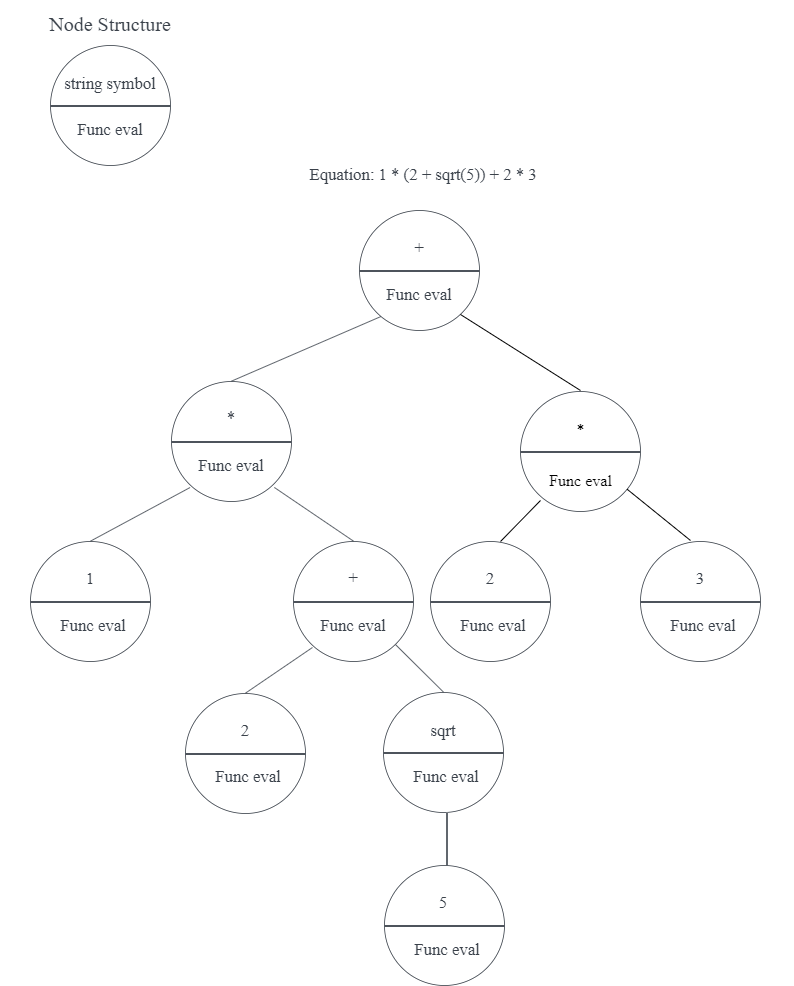
This is image/ExpressionTree.png from CurlyTeddy/Calculator, a draw.io export, as it was before one commit. Source tidied: cells renumbered, new cells last; positions are measured from the earlier drawing's top-left corner, leaving out a move shared by most shapes.
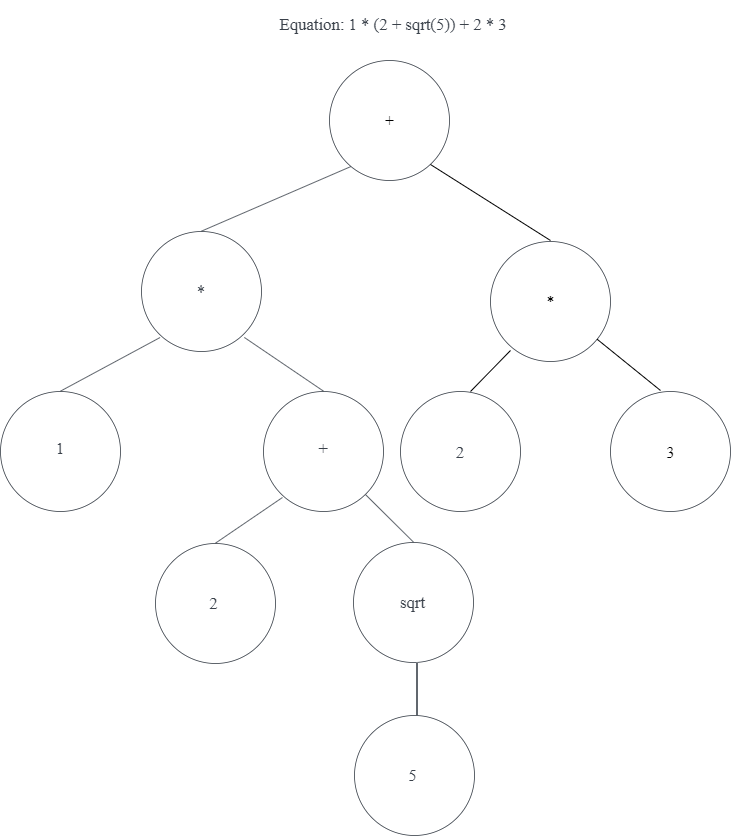
Later version of the same file.

The edit, as a diff of the source:
```diff
@@ -10,5 +10,2 @@
     </mxCell>
-    <mxCell id="4" style="html=1;overflow=block;blockSpacing=1;whiteSpace=wrap;fontSize=13;spacing=0;strokeColor=#3a414a;strokeOpacity=100;rounded=1;absoluteArcSize=1;arcSize=9;strokeWidth=0.8;fontFamily=Times New Roman;" parent="3" vertex="1">
-      <mxGeometry y="60" width="120" height="1" as="geometry" />
-    </mxCell>
     <mxCell id="5" style="html=1;overflow=block;blockSpacing=1;whiteSpace=wrap;ellipse;fontSize=13;spacing=3.8;strokeColor=#3a414a;strokeOpacity=100;rounded=1;absoluteArcSize=1;arcSize=9;strokeWidth=0.8;fontFamily=Times New Roman;" parent="1" vertex="1">
@@ -16,8 +13,5 @@
     </mxCell>
-    <mxCell id="6" style="html=1;overflow=block;blockSpacing=1;whiteSpace=wrap;fontSize=13;spacing=0;strokeColor=#3a414a;strokeOpacity=100;rounded=1;absoluteArcSize=1;arcSize=9;strokeWidth=0.8;fontFamily=Times New Roman;" parent="5" vertex="1">
-      <mxGeometry y="60" width="120" height="1" as="geometry" />
-    </mxCell>
-    <mxCell id="7" value="Func eval" style="html=1;overflow=block;blockSpacing=1;whiteSpace=wrap;fontSize=16.7;fontFamily=Times New Roman;fontColor=#3a414a;spacing=3.8;strokeOpacity=0;fillOpacity=0;rounded=1;absoluteArcSize=1;arcSize=9;fillColor=#ffffff;strokeWidth=0.8;" parent="1" vertex="1">
-      <mxGeometry x="356" y="753" width="180" height="45" as="geometry" />
-    </mxCell>
+    <mxCell id="9" value="sqrt" style="html=1;overflow=block;blockSpacing=1;whiteSpace=wrap;fontSize=16.7;fontFamily=Times New Roman;fontColor=#3a414a;spacing=3.8;strokeOpacity=0;fillOpacity=0;rounded=1;absoluteArcSize=1;arcSize=9;fillColor=#ffffff;strokeWidth=0.8;" parent="5" vertex="1">
+      <mxGeometry x="26" y="37.5" width="67" height="45" as="geometry" />
+    </mxCell>
     <mxCell id="8" style="html=1;overflow=block;blockSpacing=1;whiteSpace=wrap;fontSize=13;spacing=0;strokeColor=#3a414a;strokeOpacity=100;rounded=1;absoluteArcSize=1;arcSize=9;rotation=-270;strokeWidth=0.8;fontFamily=Times New Roman;" parent="1" vertex="1">
@@ -25,5 +19,2 @@
     </mxCell>
-    <mxCell id="9" value="sqrt" style="html=1;overflow=block;blockSpacing=1;whiteSpace=wrap;fontSize=16.7;fontFamily=Times New Roman;fontColor=#3a414a;spacing=3.8;strokeOpacity=0;fillOpacity=0;rounded=1;absoluteArcSize=1;arcSize=9;fillColor=#ffffff;strokeWidth=0.8;" parent="1" vertex="1">
-      <mxGeometry x="353" y="707" width="180" height="45" as="geometry" />
-    </mxCell>
     <mxCell id="10" style="html=1;overflow=block;blockSpacing=1;whiteSpace=wrap;ellipse;fontSize=13;spacing=3.8;strokeColor=#3a414a;strokeOpacity=100;rounded=1;absoluteArcSize=1;arcSize=9;strokeWidth=0.8;fontFamily=Times New Roman;" parent="1" vertex="1">
@@ -31,10 +22,4 @@
     </mxCell>
-    <mxCell id="11" style="html=1;overflow=block;blockSpacing=1;whiteSpace=wrap;fontSize=13;spacing=0;strokeColor=#3a414a;strokeOpacity=100;rounded=1;absoluteArcSize=1;arcSize=9;strokeWidth=0.8;fontFamily=Times New Roman;" parent="10" vertex="1">
-      <mxGeometry y="60" width="120" height="1" as="geometry" />
-    </mxCell>
-    <mxCell id="12" value="Func eval" style="html=1;overflow=block;blockSpacing=1;whiteSpace=wrap;fontSize=16.7;fontFamily=Times New Roman;fontColor=#3a414a;spacing=3.8;strokeOpacity=0;fillOpacity=0;rounded=1;absoluteArcSize=1;arcSize=9;fillColor=#ffffff;strokeWidth=0.8;" parent="1" vertex="1">
-      <mxGeometry x="357" y="926" width="180" height="45" as="geometry" />
-    </mxCell>
-    <mxCell id="13" value="5" style="html=1;overflow=block;blockSpacing=1;whiteSpace=wrap;fontSize=16.7;fontFamily=Times New Roman;fontColor=#3a414a;spacing=3.8;strokeOpacity=0;fillOpacity=0;rounded=1;absoluteArcSize=1;arcSize=9;fillColor=#ffffff;strokeWidth=0.8;" parent="1" vertex="1">
-      <mxGeometry x="353" y="879" width="180" height="45" as="geometry" />
+    <mxCell id="13" value="5" style="html=1;overflow=block;blockSpacing=1;whiteSpace=wrap;fontSize=16.7;fontFamily=Times New Roman;fontColor=#3a414a;spacing=3.8;strokeOpacity=0;fillOpacity=0;rounded=1;absoluteArcSize=1;arcSize=9;fillColor=#ffffff;strokeWidth=0.8;" parent="10" vertex="1">
+      <mxGeometry x="10" y="37.5" width="97" height="45" as="geometry" />
     </mxCell>
@@ -43,10 +28,4 @@
     </mxCell>
-    <mxCell id="15" style="html=1;overflow=block;blockSpacing=1;whiteSpace=wrap;fontSize=13;spacing=0;strokeColor=#3a414a;strokeOpacity=100;rounded=1;absoluteArcSize=1;arcSize=9;strokeWidth=0.8;fontFamily=Times New Roman;" parent="14" vertex="1">
-      <mxGeometry y="60" width="120" height="1" as="geometry" />
-    </mxCell>
-    <mxCell id="16" value="Func eval" style="html=1;overflow=block;blockSpacing=1;whiteSpace=wrap;fontSize=16.7;fontFamily=Times New Roman;fontColor=#3a414a;spacing=3.8;strokeOpacity=0;fillOpacity=0;rounded=1;absoluteArcSize=1;arcSize=9;fillColor=#ffffff;strokeWidth=0.8;" parent="1" vertex="1">
-      <mxGeometry x="158" y="753" width="180" height="45" as="geometry" />
-    </mxCell>
-    <mxCell id="17" value="2" style="html=1;overflow=block;blockSpacing=1;whiteSpace=wrap;fontSize=16.7;fontFamily=Times New Roman;fontColor=#3a414a;spacing=3.8;strokeOpacity=0;fillOpacity=0;rounded=1;absoluteArcSize=1;arcSize=9;fillColor=#ffffff;strokeWidth=0.8;" parent="1" vertex="1">
-      <mxGeometry x="155" y="707" width="180" height="45" as="geometry" />
+    <mxCell id="17" value="2" style="html=1;overflow=block;blockSpacing=1;whiteSpace=wrap;fontSize=16.7;fontFamily=Times New Roman;fontColor=#3a414a;spacing=3.8;strokeOpacity=0;fillOpacity=0;rounded=1;absoluteArcSize=1;arcSize=9;fillColor=#ffffff;strokeWidth=0.8;" parent="14" vertex="1">
+      <mxGeometry x="11" y="37.5" width="95" height="45" as="geometry" />
     </mxCell>
@@ -56,7 +35,4 @@
     <mxCell id="19" value="*" style="html=1;overflow=block;blockSpacing=1;whiteSpace=wrap;fontSize=16.7;fontFamily=Times New Roman;fontColor=#3a414a;spacing=3.8;strokeOpacity=0;fillOpacity=0;rounded=1;absoluteArcSize=1;arcSize=9;fillColor=#ffffff;strokeWidth=0.8;" parent="18" vertex="1">
-      <mxGeometry width="180" height="45" as="geometry" />
+      <mxGeometry y="24" width="180" height="45" as="geometry" />
     </mxCell>
-    <mxCell id="20" value="Func eval" style="html=1;overflow=block;blockSpacing=1;whiteSpace=wrap;fontSize=16.7;fontFamily=Times New Roman;fontColor=#3a414a;spacing=3.8;strokeOpacity=0;fillOpacity=0;rounded=1;absoluteArcSize=1;arcSize=9;fillColor=#ffffff;strokeWidth=0.8;" parent="18" vertex="1">
-      <mxGeometry y="48" width="180" height="45" as="geometry" />
-    </mxCell>
     <mxCell id="21" style="html=1;overflow=block;blockSpacing=1;whiteSpace=wrap;ellipse;fontSize=13;spacing=3.8;strokeColor=#3a414a;strokeOpacity=100;rounded=1;absoluteArcSize=1;arcSize=9;strokeWidth=0.8;fontFamily=Times New Roman;" parent="1" vertex="1">
@@ -64,5 +40,2 @@
     </mxCell>
-    <mxCell id="22" style="html=1;overflow=block;blockSpacing=1;whiteSpace=wrap;fontSize=13;spacing=0;strokeColor=#3a414a;strokeOpacity=100;rounded=1;absoluteArcSize=1;arcSize=9;strokeWidth=0.8;fontFamily=Times New Roman;" parent="21" vertex="1">
-      <mxGeometry y="60" width="120" height="1" as="geometry" />
-    </mxCell>
     <mxCell id="23" style="group;fontFamily=Times New Roman;" parent="1" vertex="1">
@@ -71,9 +44,8 @@
     <mxCell id="24" value="+" style="html=1;overflow=block;blockSpacing=1;whiteSpace=wrap;fontSize=16.7;fontFamily=Times New Roman;fontColor=#3a414a;spacing=3.8;strokeOpacity=0;fillOpacity=0;rounded=1;absoluteArcSize=1;arcSize=9;fillColor=#ffffff;strokeWidth=0.8;" parent="23" vertex="1">
-      <mxGeometry width="180" height="45" as="geometry" />
+      <mxGeometry y="21" width="180" height="45" as="geometry" />
     </mxCell>
-    <mxCell id="25" value="Func eval" style="html=1;overflow=block;blockSpacing=1;whiteSpace=wrap;fontSize=16.7;fontFamily=Times New Roman;fontColor=#3a414a;spacing=3.8;strokeOpacity=0;fillOpacity=0;rounded=1;absoluteArcSize=1;arcSize=9;fillColor=#ffffff;strokeWidth=0.8;" parent="23" vertex="1">
-      <mxGeometry y="48" width="180" height="45" as="geometry" />
-    </mxCell>
-    <mxCell id="26" style="html=1;jettySize=18;whiteSpace=wrap;fontSize=13;strokeColor=#3a414a;strokeOpacity=100;strokeWidth=0.8;rounded=0;startArrow=none;endArrow=none;exitX=0.272;exitY=1;exitPerimeter=0;entryX=0.5;entryY=-0.003;entryPerimeter=0;fontFamily=Times New Roman;" parent="1" edge="1" source="25" target="14">
-      <mxGeometry relative="1" as="geometry" />
+    <mxCell id="26" style="html=1;jettySize=18;whiteSpace=wrap;fontSize=13;strokeColor=#3a414a;strokeOpacity=100;strokeWidth=0.8;rounded=0;startArrow=none;endArrow=none;exitX=0.272;exitY=1;exitPerimeter=0;entryX=0.5;entryY=-0.003;entryPerimeter=0;fontFamily=Times New Roman;" parent="1" edge="1" target="14">
+      <mxGeometry relative="1" as="geometry">
+        <mxPoint x="312" y="647" as="sourcePoint" />
+      </mxGeometry>
     </mxCell>
@@ -85,14 +57,5 @@
     </mxCell>
-    <mxCell id="29" style="html=1;overflow=block;blockSpacing=1;whiteSpace=wrap;fontSize=13;spacing=0;strokeColor=#3a414a;strokeOpacity=100;rounded=1;absoluteArcSize=1;arcSize=9;strokeWidth=0.8;fontFamily=Times New Roman;" parent="28" vertex="1">
-      <mxGeometry y="60" width="120" height="1" as="geometry" />
-    </mxCell>
-    <mxCell id="30" style="group;fontFamily=Times New Roman;" parent="1" vertex="1">
-      <mxGeometry x="329" y="224" width="180" height="92" as="geometry" />
-    </mxCell>
-    <mxCell id="31" value="+" style="html=1;overflow=block;blockSpacing=1;whiteSpace=wrap;fontSize=16.7;fontFamily=Times New Roman;fontColor=#3a414a;spacing=3.8;strokeOpacity=0;fillOpacity=0;rounded=1;absoluteArcSize=1;arcSize=9;fillColor=#ffffff;strokeWidth=0.8;" parent="30" vertex="1">
-      <mxGeometry width="180" height="45" as="geometry" />
+    <mxCell id="31" value="&lt;font style=&quot;font-size: 16px;&quot;&gt;+&lt;/font&gt;" style="text;html=1;align=center;verticalAlign=middle;fillColor=none;strokeColor=none;rounded=0;fontFamily=Times New Roman;" parent="28" vertex="1">
+      <mxGeometry x="50" y="50" width="20" height="20" as="geometry" />
     </mxCell>
-    <mxCell id="32" value="Func eval" style="html=1;overflow=block;blockSpacing=1;whiteSpace=wrap;fontSize=16.7;fontFamily=Times New Roman;fontColor=#3a414a;spacing=3.8;strokeOpacity=0;fillOpacity=0;rounded=1;absoluteArcSize=1;arcSize=9;fillColor=#ffffff;strokeWidth=0.8;" parent="30" vertex="1">
-      <mxGeometry y="47" width="180" height="45" as="geometry" />
-    </mxCell>
     <mxCell id="33" style="html=1;overflow=block;blockSpacing=1;whiteSpace=wrap;ellipse;fontSize=13;spacing=3.8;strokeColor=#3a414a;strokeOpacity=100;rounded=1;absoluteArcSize=1;arcSize=9;strokeWidth=0.8;fontFamily=Times New Roman;" parent="1" vertex="1">
@@ -100,41 +63,20 @@
     </mxCell>
-    <mxCell id="34" style="html=1;overflow=block;blockSpacing=1;whiteSpace=wrap;fontSize=13;spacing=0;strokeColor=#3a414a;strokeOpacity=100;rounded=1;absoluteArcSize=1;arcSize=9;strokeWidth=0.8;fontFamily=Times New Roman;" parent="33" vertex="1">
-      <mxGeometry y="60" width="120" height="1" as="geometry" />
-    </mxCell>
-    <mxCell id="35" value="Func eval" style="html=1;overflow=block;blockSpacing=1;whiteSpace=wrap;fontSize=16.7;fontFamily=Times New Roman;fontColor=#3a414a;spacing=3.8;strokeOpacity=0;fillOpacity=0;rounded=1;absoluteArcSize=1;arcSize=9;fillColor=#ffffff;strokeWidth=0.8;" parent="1" vertex="1">
-      <mxGeometry x="3" y="602" width="180" height="45" as="geometry" />
-    </mxCell>
-    <mxCell id="36" value="1" style="html=1;overflow=block;blockSpacing=1;whiteSpace=wrap;fontSize=16.7;fontFamily=Times New Roman;fontColor=#3a414a;spacing=3.8;strokeOpacity=0;fillOpacity=0;rounded=1;absoluteArcSize=1;arcSize=9;fillColor=#ffffff;strokeWidth=0.8;" parent="1" vertex="1">
-      <mxGeometry y="555" width="180" height="45" as="geometry" />
+    <mxCell id="36" value="1" style="html=1;overflow=block;blockSpacing=1;whiteSpace=wrap;fontSize=16.7;fontFamily=Times New Roman;fontColor=#3a414a;spacing=3.8;strokeOpacity=0;fillOpacity=0;rounded=1;absoluteArcSize=1;arcSize=9;fillColor=#ffffff;strokeWidth=0.8;" parent="33" vertex="1">
+      <mxGeometry x="15" y="34" width="90" height="45" as="geometry" />
     </mxCell>
-    <mxCell id="37" style="html=1;jettySize=18;whiteSpace=wrap;fontSize=13;strokeColor=#3a414a;strokeOpacity=100;strokeWidth=0.8;rounded=0;startArrow=none;endArrow=none;exitX=0.27;exitY=1;exitPerimeter=0;entryX=0.5;entryY=-0.003;entryPerimeter=0;fontFamily=Times New Roman;" parent="1" edge="1" source="20" target="33">
-      <mxGeometry relative="1" as="geometry" />
+    <mxCell id="37" style="html=1;jettySize=18;whiteSpace=wrap;fontSize=13;strokeColor=#3a414a;strokeOpacity=100;strokeWidth=0.8;rounded=0;startArrow=none;endArrow=none;exitX=0.27;exitY=1;exitPerimeter=0;entryX=0.5;entryY=-0.003;entryPerimeter=0;fontFamily=Times New Roman;" parent="1" edge="1" target="33">
+      <mxGeometry relative="1" as="geometry">
+        <mxPoint x="189.6" y="487" as="sourcePoint" />
+      </mxGeometry>
     </mxCell>
-    <mxCell id="38" style="html=1;jettySize=18;whiteSpace=wrap;fontSize=13;strokeColor=#3a414a;strokeOpacity=100;strokeWidth=0.8;rounded=0;startArrow=none;endArrow=none;exitX=0.738;exitY=0.999;exitPerimeter=0;entryX=0.5;entryY=-0.003;entryPerimeter=0;fontFamily=Times New Roman;" parent="1" edge="1" source="20" target="21">
-      <mxGeometry relative="1" as="geometry" />
+    <mxCell id="38" style="html=1;jettySize=18;whiteSpace=wrap;fontSize=13;strokeColor=#3a414a;strokeOpacity=100;strokeWidth=0.8;rounded=0;startArrow=none;endArrow=none;exitX=0.738;exitY=0.999;exitPerimeter=0;entryX=0.5;entryY=-0.003;entryPerimeter=0;fontFamily=Times New Roman;" parent="1" edge="1" target="21">
+      <mxGeometry relative="1" as="geometry">
+        <mxPoint x="273.8" y="487" as="sourcePoint" />
+      </mxGeometry>
     </mxCell>
-    <mxCell id="39" style="html=1;jettySize=18;whiteSpace=wrap;fontSize=13;strokeColor=#3a414a;strokeOpacity=100;strokeWidth=0.8;rounded=0;startArrow=none;endArrow=none;exitX=0.286;exitY=1;exitPerimeter=0;entryX=0.5;entryY=-0.003;entryPerimeter=0;fontFamily=Times New Roman;" parent="1" edge="1" source="32" target="3">
-      <mxGeometry relative="1" as="geometry" />
+    <mxCell id="39" style="html=1;jettySize=18;whiteSpace=wrap;fontSize=13;strokeColor=#3a414a;strokeOpacity=100;strokeWidth=0.8;rounded=0;startArrow=none;endArrow=none;exitX=0.286;exitY=1;exitPerimeter=0;entryX=0.5;entryY=-0.003;entryPerimeter=0;fontFamily=Times New Roman;" parent="1" edge="1" target="3">
+      <mxGeometry relative="1" as="geometry">
+        <mxPoint x="380.5" y="316" as="sourcePoint" />
+      </mxGeometry>
     </mxCell>
-    <mxCell id="40" style="group;fontFamily=Times New Roman;" parent="1" vertex="1">
-      <mxGeometry x="20" width="180" height="165" as="geometry" />
-    </mxCell>
-    <mxCell id="41" style="html=1;overflow=block;blockSpacing=1;whiteSpace=wrap;ellipse;fontSize=13;spacing=3.8;strokeColor=#3a414a;strokeOpacity=100;rounded=1;absoluteArcSize=1;arcSize=9;strokeWidth=0.8;fontFamily=Times New Roman;" parent="40" vertex="1">
-      <mxGeometry x="30" y="45" width="120" height="120" as="geometry" />
-    </mxCell>
-    <mxCell id="42" style="group;fontFamily=Times New Roman;" parent="40" vertex="1">
-      <mxGeometry width="180" height="151" as="geometry" />
-    </mxCell>
-    <mxCell id="43" value="Node Structure" style="html=1;overflow=block;blockSpacing=1;whiteSpace=wrap;fontSize=20;fontFamily=Times New Roman;fontColor=#3a414a;spacing=3.8;strokeOpacity=0;fillOpacity=0;rounded=1;absoluteArcSize=1;arcSize=9;fillColor=#ffffff;strokeWidth=0.8;" parent="42" vertex="1">
-      <mxGeometry width="180" height="45" as="geometry" />
-    </mxCell>
-    <mxCell id="44" style="html=1;overflow=block;blockSpacing=1;whiteSpace=wrap;fontSize=13;spacing=0;strokeColor=#3a414a;strokeOpacity=100;rounded=1;absoluteArcSize=1;arcSize=9;strokeWidth=0.8;fontFamily=Times New Roman;" parent="42" vertex="1">
-      <mxGeometry x="30" y="105" width="120" height="1" as="geometry" />
-    </mxCell>
-    <mxCell id="45" value="string symbol" style="html=1;overflow=block;blockSpacing=1;whiteSpace=wrap;fontSize=16.7;fontFamily=Times New Roman;fontColor=#3a414a;spacing=3.8;strokeOpacity=0;fillOpacity=0;rounded=1;absoluteArcSize=1;arcSize=9;fillColor=#ffffff;strokeWidth=0.8;" parent="42" vertex="1">
-      <mxGeometry y="60" width="180" height="45" as="geometry" />
-    </mxCell>
-    <mxCell id="46" value="Func eval" style="html=1;overflow=block;blockSpacing=1;whiteSpace=wrap;fontSize=16.7;fontFamily=Times New Roman;fontColor=#3a414a;spacing=3.8;strokeOpacity=0;fillOpacity=0;rounded=1;absoluteArcSize=1;arcSize=9;fillColor=#ffffff;strokeWidth=0.8;" parent="42" vertex="1">
-      <mxGeometry y="106" width="180" height="45" as="geometry" />
-    </mxCell>
     <mxCell id="47" style="endArrow=none;html=1;rounded=0;fontFamily=Times New Roman;" parent="1" edge="1">
@@ -148,11 +90,5 @@
     </mxCell>
-    <mxCell id="49" style="html=1;overflow=block;blockSpacing=1;whiteSpace=wrap;fontSize=13;spacing=0;strokeColor=#3a414a;strokeOpacity=100;rounded=1;absoluteArcSize=1;arcSize=9;strokeWidth=0.8;fontFamily=Times New Roman;" parent="48" vertex="1">
-      <mxGeometry y="60" width="120" height="1" as="geometry" />
-    </mxCell>
     <mxCell id="50" value="*" style="text;html=1;align=center;verticalAlign=middle;fillColor=none;strokeColor=none;rounded=0;strokeWidth=1;fontSize=16;fontFamily=Times New Roman;" parent="48" vertex="1">
-      <mxGeometry x="50" y="28" width="20" height="20" as="geometry" />
+      <mxGeometry x="50" y="50" width="20" height="20" as="geometry" />
     </mxCell>
-    <mxCell id="51" value="Func eval" style="text;html=1;align=center;verticalAlign=middle;fillColor=none;strokeColor=none;rounded=0;fontSize=16;fontFamily=Times New Roman;" parent="48" vertex="1">
-      <mxGeometry x="20" y="79" width="80" height="20" as="geometry" />
-    </mxCell>
     <mxCell id="52" style="html=1;overflow=block;blockSpacing=1;whiteSpace=wrap;ellipse;fontSize=13;spacing=3.8;strokeColor=#3a414a;strokeOpacity=100;rounded=1;absoluteArcSize=1;arcSize=9;strokeWidth=0.8;fontFamily=Times New Roman;" parent="1" vertex="1">
@@ -160,10 +96,4 @@
     </mxCell>
-    <mxCell id="53" style="html=1;overflow=block;blockSpacing=1;whiteSpace=wrap;fontSize=13;spacing=0;strokeColor=#3a414a;strokeOpacity=100;rounded=1;absoluteArcSize=1;arcSize=9;strokeWidth=0.8;fontFamily=Times New Roman;" parent="52" vertex="1">
-      <mxGeometry y="60" width="120" height="1" as="geometry" />
-    </mxCell>
-    <mxCell id="54" value="Func eval" style="html=1;overflow=block;blockSpacing=1;whiteSpace=wrap;fontSize=16.7;fontFamily=Times New Roman;fontColor=#3a414a;spacing=3.8;strokeOpacity=0;fillOpacity=0;rounded=1;absoluteArcSize=1;arcSize=9;fillColor=#ffffff;strokeWidth=0.8;" parent="1" vertex="1">
-      <mxGeometry x="403" y="602" width="180" height="45" as="geometry" />
-    </mxCell>
-    <mxCell id="55" value="2" style="html=1;overflow=block;blockSpacing=1;whiteSpace=wrap;fontSize=16.7;fontFamily=Times New Roman;fontColor=#3a414a;spacing=3.8;strokeOpacity=0;fillOpacity=0;rounded=1;absoluteArcSize=1;arcSize=9;fillColor=#ffffff;strokeWidth=0.8;" parent="1" vertex="1">
-      <mxGeometry x="400" y="555" width="180" height="45" as="geometry" />
+    <mxCell id="55" value="2" style="html=1;overflow=block;blockSpacing=1;whiteSpace=wrap;fontSize=16.7;fontFamily=Times New Roman;fontColor=#3a414a;spacing=3.8;strokeOpacity=0;fillOpacity=0;rounded=1;absoluteArcSize=1;arcSize=9;fillColor=#ffffff;strokeWidth=0.8;" parent="52" vertex="1">
+      <mxGeometry x="20" y="38" width="80" height="45" as="geometry" />
     </mxCell>
@@ -172,10 +102,4 @@
     </mxCell>
-    <mxCell id="57" style="html=1;overflow=block;blockSpacing=1;whiteSpace=wrap;fontSize=13;spacing=0;strokeColor=#3a414a;strokeOpacity=100;rounded=1;absoluteArcSize=1;arcSize=9;strokeWidth=0.8;fontFamily=Times New Roman;" parent="56" vertex="1">
-      <mxGeometry y="60" width="120" height="1" as="geometry" />
-    </mxCell>
-    <mxCell id="58" value="Func eval" style="html=1;overflow=block;blockSpacing=1;whiteSpace=wrap;fontSize=16.7;fontFamily=Times New Roman;fontColor=#3a414a;spacing=3.8;strokeOpacity=0;fillOpacity=0;rounded=1;absoluteArcSize=1;arcSize=9;fillColor=#ffffff;strokeWidth=0.8;" parent="1" vertex="1">
-      <mxGeometry x="613" y="602" width="180" height="45" as="geometry" />
-    </mxCell>
-    <mxCell id="59" value="3" style="html=1;overflow=block;blockSpacing=1;whiteSpace=wrap;fontSize=16.7;fontFamily=Times New Roman;fontColor=#3a414a;spacing=3.8;strokeOpacity=0;fillOpacity=0;rounded=1;absoluteArcSize=1;arcSize=9;fillColor=#ffffff;strokeWidth=0.8;" parent="1" vertex="1">
-      <mxGeometry x="610" y="555" width="180" height="45" as="geometry" />
+    <mxCell id="59" value="3" style="text;html=1;align=center;verticalAlign=middle;fillColor=none;strokeColor=none;rounded=0;fontSize=16;fontFamily=Times New Roman;" parent="56" vertex="1">
+      <mxGeometry x="50" y="50.5" width="20" height="20" as="geometry" />
     </mxCell>
```
